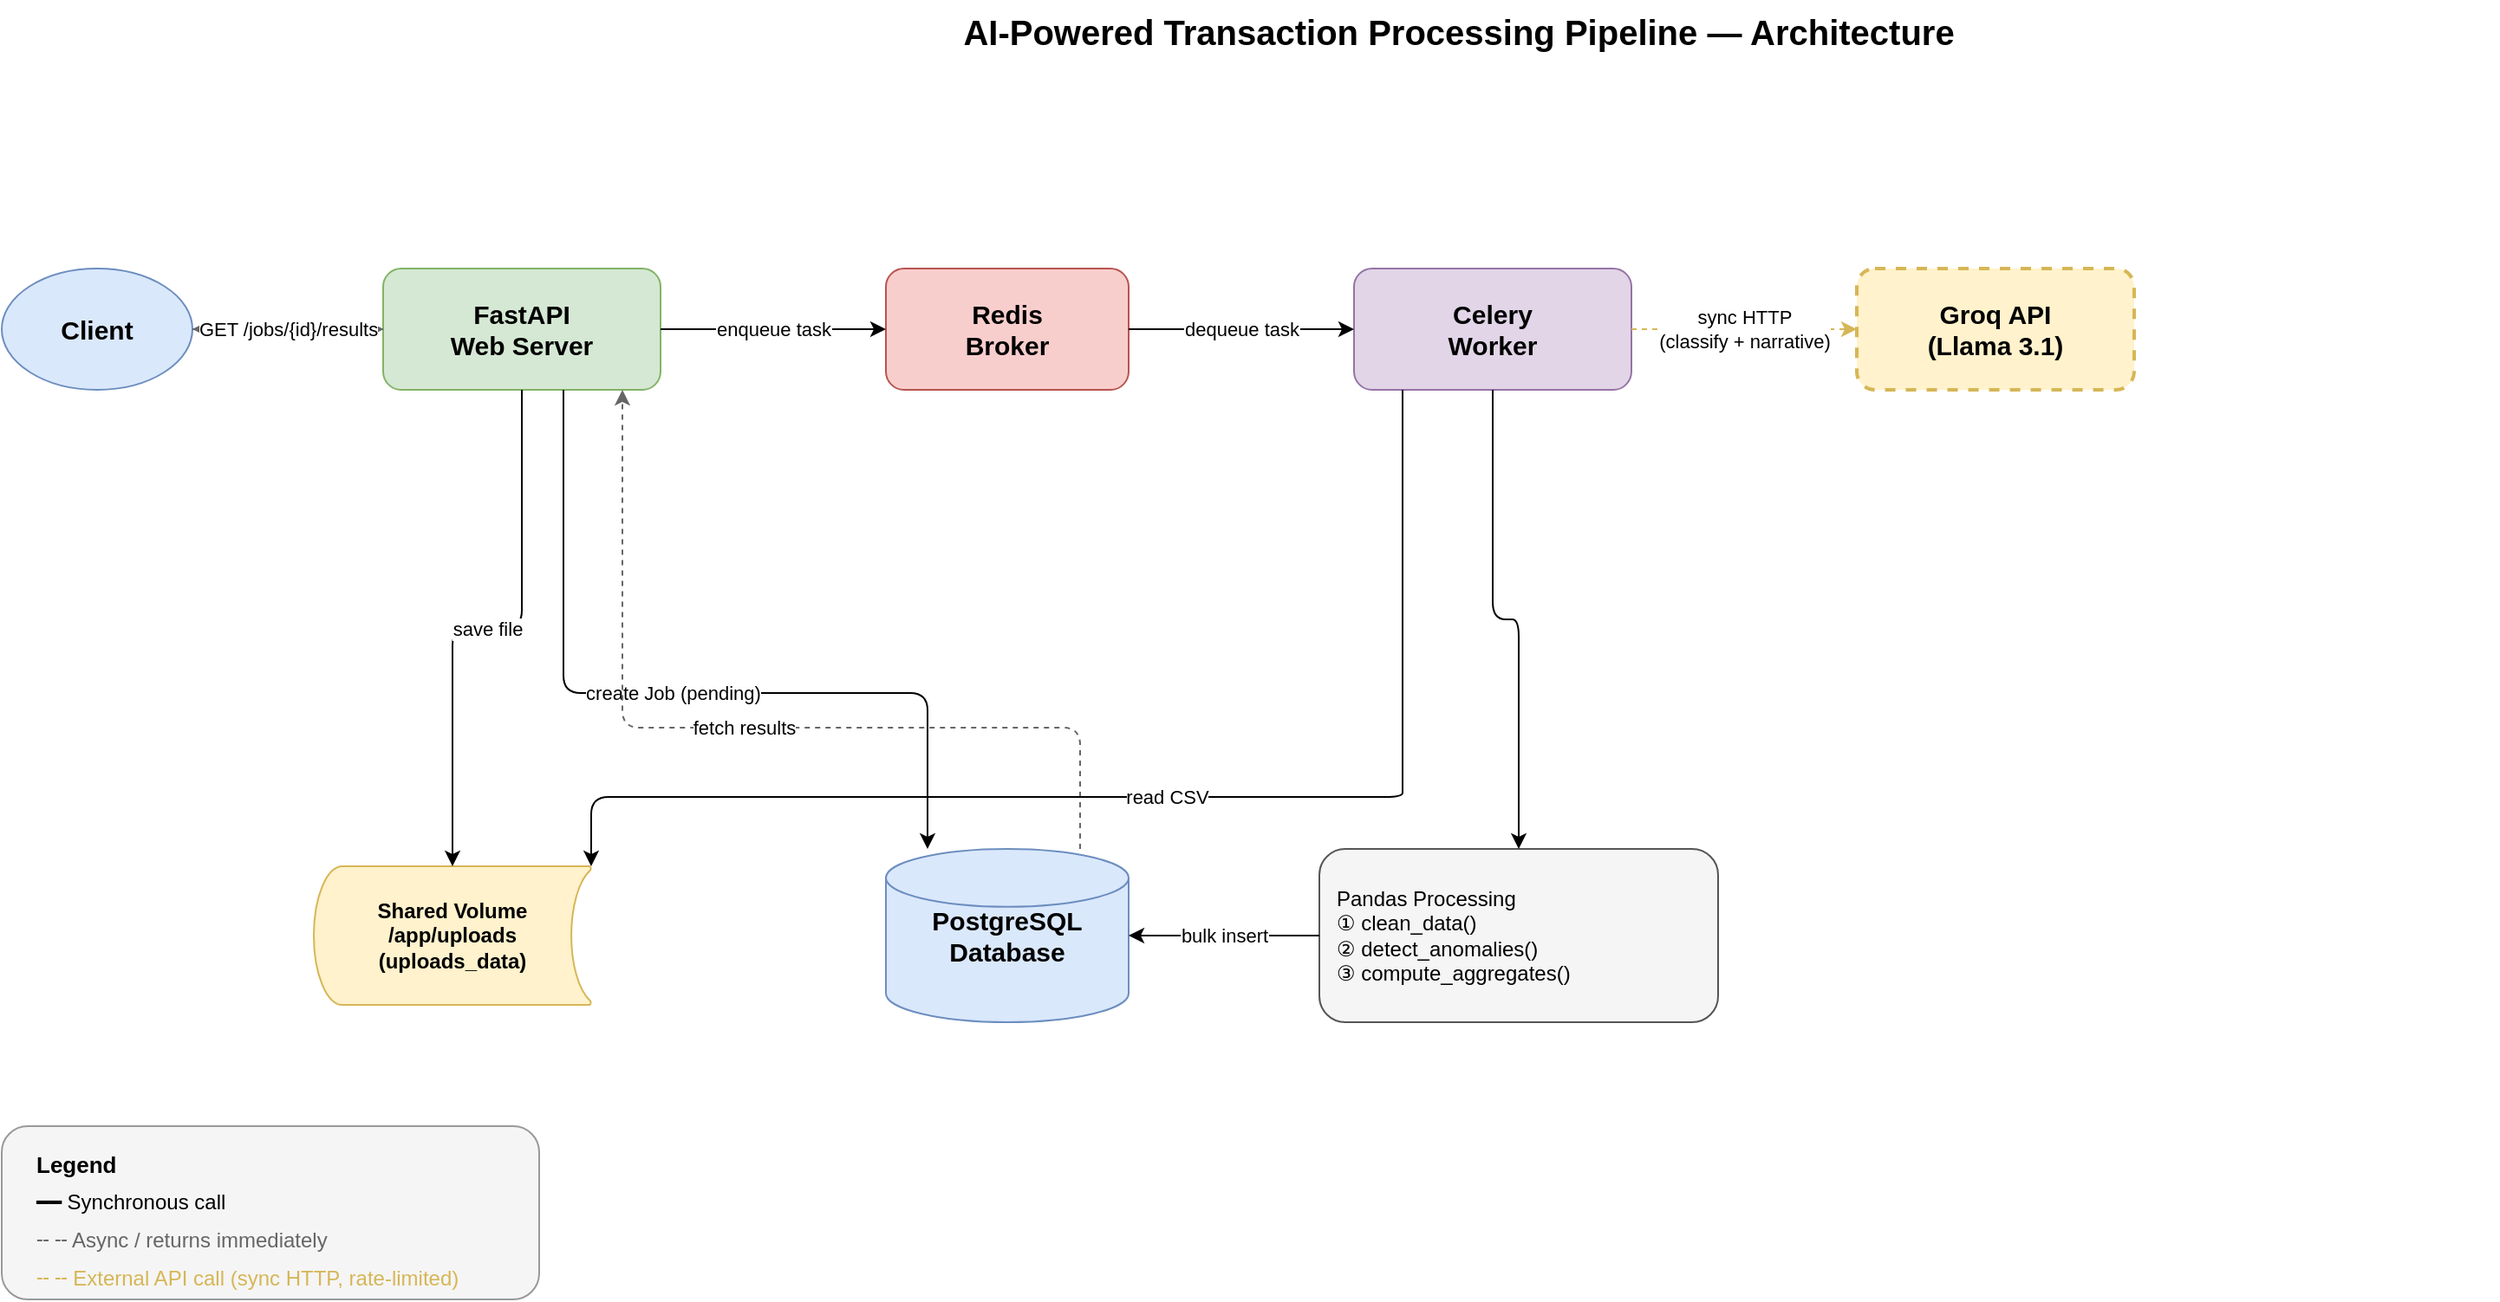
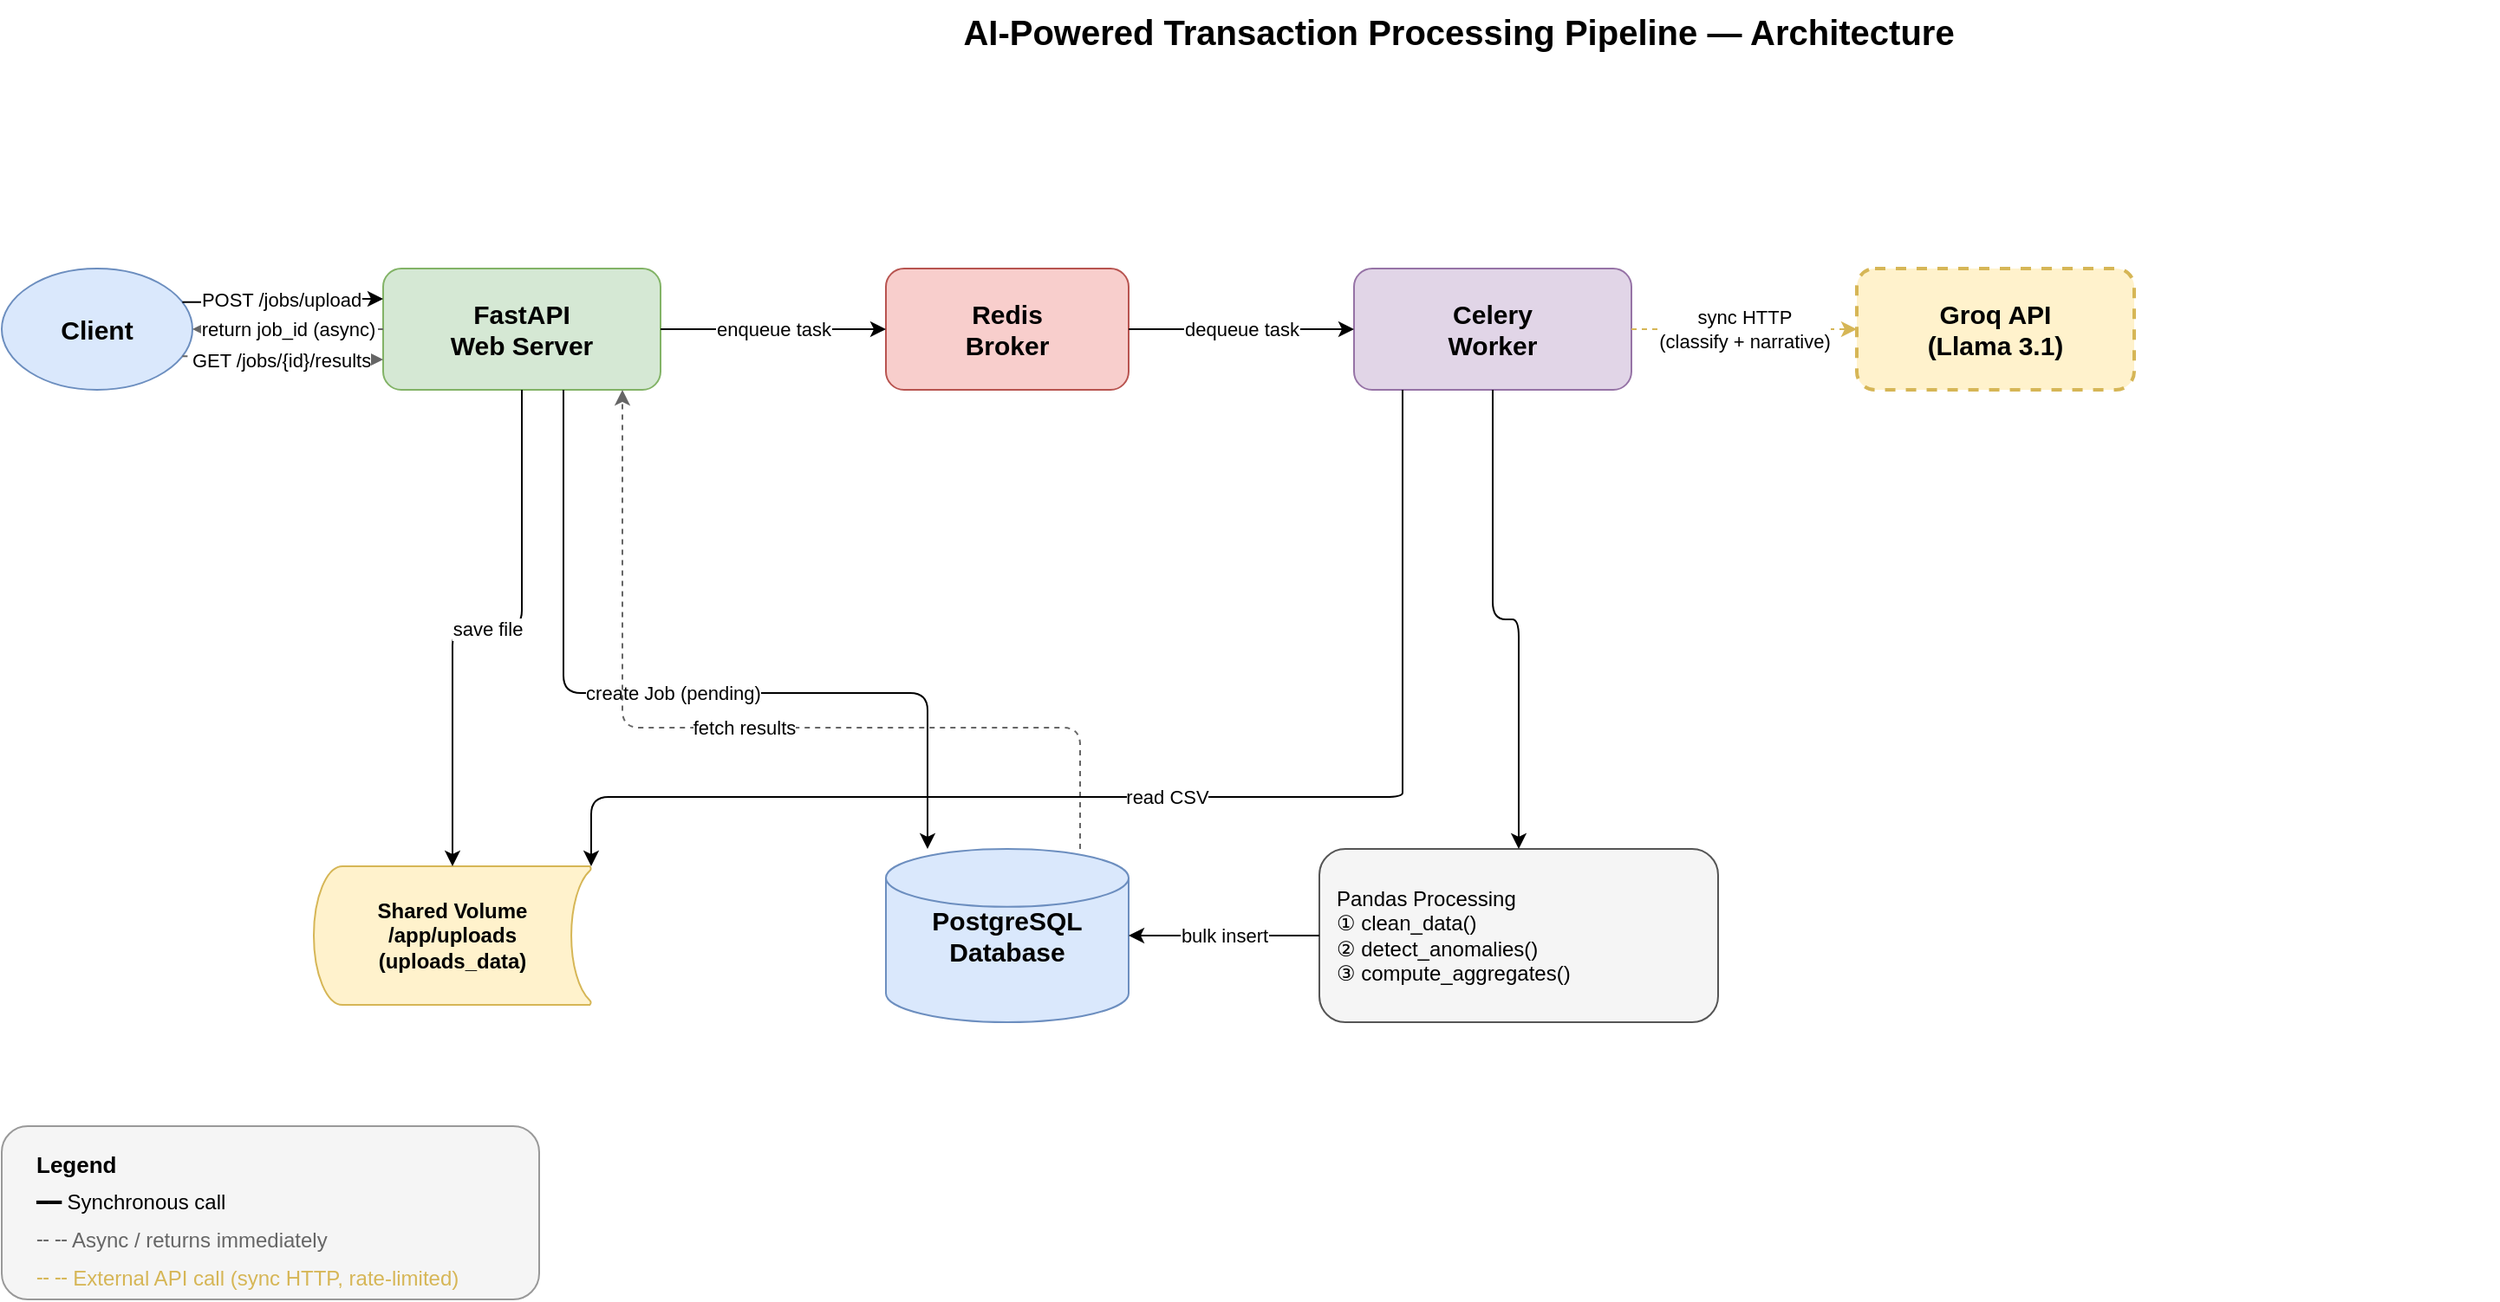
<?xml version="1.0" encoding="UTF-8"?>
<mxGraphModel dx="1422" dy="762" grid="1" gridSize="10" guides="1" tooltips="1" connect="1" arrows="1" fold="1" page="1" pageScale="1" pageWidth="1800" pageHeight="1000" math="0" shadow="0">
  <root>
    <mxCell id="0" />
    <mxCell id="1" parent="0" />

    <!-- ════════════════════════════════════════════════════════════ -->
    <!-- TITLE                                                       -->
    <!-- ════════════════════════════════════════════════════════════ -->
    <mxCell id="title" value="AI-Powered Transaction Processing Pipeline — Architecture"
      style="text;html=1;strokeColor=none;fillColor=none;align=center;fontSize=20;fontStyle=1;"
      vertex="1" parent="1">
      <mxGeometry x="300" y="30" width="1200" height="40" as="geometry" />
    </mxCell>

    <!-- ════════════════════════════════════════════════════════════ -->
    <!-- ROW 1 — Main Flow  (y=200)                                 -->
    <!-- ════════════════════════════════════════════════════════════ -->

    <mxCell id="client" value="Client"
      style="ellipse;whiteSpace=wrap;html=1;fillColor=#dae8fc;strokeColor=#6c8ebf;fontSize=15;fontStyle=1;"
      vertex="1" parent="1">
      <mxGeometry x="60" y="185" width="110" height="70" as="geometry" />
    </mxCell>

    <mxCell id="api" value="FastAPI&#xa;Web Server"
      style="rounded=1;whiteSpace=wrap;html=1;fillColor=#d5e8d4;strokeColor=#82b366;fontSize=15;fontStyle=1;"
      vertex="1" parent="1">
      <mxGeometry x="280" y="185" width="160" height="70" as="geometry" />
    </mxCell>

    <mxCell id="redis" value="Redis&#xa;Broker"
      style="rounded=1;whiteSpace=wrap;html=1;fillColor=#f8cecc;strokeColor=#b85450;fontSize=15;fontStyle=1;"
      vertex="1" parent="1">
      <mxGeometry x="570" y="185" width="140" height="70" as="geometry" />
    </mxCell>

    <mxCell id="worker" value="Celery&#xa;Worker"
      style="rounded=1;whiteSpace=wrap;html=1;fillColor=#e1d5e7;strokeColor=#9673a6;fontSize=15;fontStyle=1;"
      vertex="1" parent="1">
      <mxGeometry x="840" y="185" width="160" height="70" as="geometry" />
    </mxCell>

    <mxCell id="groq" value="Groq API&#xa;(Llama 3.1)"
      style="rounded=1;whiteSpace=wrap;html=1;fillColor=#fff2cc;strokeColor=#d6b656;fontSize=15;fontStyle=1;dashed=1;strokeWidth=2;"
      vertex="1" parent="1">
      <mxGeometry x="1130" y="185" width="160" height="70" as="geometry" />
    </mxCell>

    <!-- ════════════════════════════════════════════════════════════ -->
    <!-- ROW 2 — Storage / Processing  (y=530)                      -->
    <!-- ════════════════════════════════════════════════════════════ -->

    <mxCell id="uploads" value="Shared Volume&#xa;/app/uploads&#xa;(uploads_data)"
      style="shape=mxgraph.flowchart.stored_data;whiteSpace=wrap;html=1;fillColor=#fff2cc;strokeColor=#d6b656;fontSize=12;fontStyle=1;"
      vertex="1" parent="1">
      <mxGeometry x="240" y="530" width="160" height="80" as="geometry" />
    </mxCell>

    <mxCell id="db" value="PostgreSQL&#xa;Database"
      style="shape=mxgraph.flowchart.database;whiteSpace=wrap;html=1;fillColor=#dae8fc;strokeColor=#6c8ebf;fontSize=15;fontStyle=1;"
      vertex="1" parent="1">
      <mxGeometry x="570" y="520" width="140" height="100" as="geometry" />
    </mxCell>

    <mxCell id="pandas" value="Pandas Processing&#xa;  ① clean_data()&#xa;  ② detect_anomalies()&#xa;  ③ compute_aggregates()"
      style="rounded=1;whiteSpace=wrap;html=1;fillColor=#f5f5f5;strokeColor=#555555;fontSize=12;align=left;spacingLeft=8;verticalAlign=middle;"
      vertex="1" parent="1">
      <mxGeometry x="820" y="520" width="230" height="100" as="geometry" />
    </mxCell>

    <!-- ════════════════════════════════════════════════════════════ -->
    <!-- HORIZONTAL EDGES — Row 1                                   -->
    <!-- ════════════════════════════════════════════════════════════ -->

-     <!-- 1. Client → FastAPI : POST /jobs/upload  (top lane, solid) -->
+     <!-- 1. Client → FastAPI : POST /jobs/upload  (top lane) -->
    <mxCell id="e1" value="POST /jobs/upload"
-       style="edgeStyle=orthogonalEdgeStyle;html=1;fontSize=11;
-              exitX=1;exitY=0.3;exitPerimeter=0;
-              entryX=0;entryY=0.3;entryPerimeter=0;"
+       style="edgeStyle=orthogonalEdgeStyle;html=1;fontSize=11;exitX=1;exitY=0.25;entryX=0;entryY=0.25;"
      edge="1" source="client" target="api" parent="1">
-       <mxGeometry relative="1" as="geometry" />
-     </mxCell>
- 
-     <!-- 2. FastAPI → Client : return job_id  (middle lane, dashed) -->
-     <mxCell id="e2" value="return job_id"
-       style="edgeStyle=orthogonalEdgeStyle;html=1;fontSize=11;dashed=1;strokeColor=#666;
-              exitX=0;exitY=0.5;exitPerimeter=0;
-              entryX=1;entryY=0.5;entryPerimeter=0;"
+       <mxGeometry relative="1" as="geometry">
+         <Array as="points">
+           <mxPoint x="220" y="202" />
+         </Array>
+       </mxGeometry>
+     </mxCell>
+ 
+     <!-- 2. FastAPI → Client : return job_id  (middle lane) -->
+     <mxCell id="e2" value="return job_id (async)"
+       style="edgeStyle=orthogonalEdgeStyle;html=1;fontSize=11;dashed=1;strokeColor=#666;exitX=0;exitY=0.5;entryX=1;entryY=0.5;"
      edge="1" source="api" target="client" parent="1">
-       <mxGeometry relative="1" as="geometry" />
-     </mxCell>
- 
-     <!-- 3. Client → FastAPI : GET /jobs/{id}/results  (bottom lane, dashed) -->
+       <mxGeometry relative="1" as="geometry">
+         <Array as="points">
+           <mxPoint x="220" y="220" />
+         </Array>
+       </mxGeometry>
+     </mxCell>
+ 
+     <!-- 3. Client → FastAPI : GET /jobs/{id}/results  (bottom lane) -->
    <mxCell id="e3" value="GET /jobs/{id}/results"
-       style="edgeStyle=orthogonalEdgeStyle;html=1;fontSize=11;dashed=1;strokeColor=#666;
-              exitX=1;exitY=0.75;exitPerimeter=0;
-              entryX=0;entryY=0.75;entryPerimeter=0;"
+       style="edgeStyle=orthogonalEdgeStyle;html=1;fontSize=11;dashed=1;strokeColor=#666;exitX=1;exitY=0.75;entryX=0;entryY=0.75;"
      edge="1" source="client" target="api" parent="1">
-       <mxGeometry relative="1" as="geometry" />
+       <mxGeometry relative="1" as="geometry">
+         <Array as="points">
+           <mxPoint x="220" y="238" />
+         </Array>
+       </mxGeometry>
    </mxCell>

    <!-- 4. FastAPI → Redis : enqueue task -->
    <mxCell id="e4" value="enqueue task"
      style="edgeStyle=orthogonalEdgeStyle;html=1;fontSize=11;
             exitX=1;exitY=0.5;entryX=0;entryY=0.5;"
      edge="1" source="api" target="redis" parent="1">
      <mxGeometry relative="1" as="geometry" />
    </mxCell>

    <!-- 5. Redis → Celery : dequeue task -->
    <mxCell id="e5" value="dequeue task"
      style="edgeStyle=orthogonalEdgeStyle;html=1;fontSize=11;
             exitX=1;exitY=0.5;entryX=0;entryY=0.5;"
      edge="1" source="redis" target="worker" parent="1">
      <mxGeometry relative="1" as="geometry" />
    </mxCell>

    <!-- 6. Celery → Groq : sync HTTP (dashed, amber) -->
    <mxCell id="e6" value="sync HTTP&#xa;(classify + narrative)"
      style="edgeStyle=orthogonalEdgeStyle;html=1;fontSize=11;dashed=1;strokeColor=#d6b656;
             exitX=1;exitY=0.5;entryX=0;entryY=0.5;"
      edge="1" source="worker" target="groq" parent="1">
      <mxGeometry relative="1" as="geometry" />
    </mxCell>

    <!-- ════════════════════════════════════════════════════════════ -->
    <!-- VERTICAL EDGES — Row 1 → Row 2                             -->
    <!--   Each arrow uses explicit waypoints to stay in its lane.  -->
    <!-- ════════════════════════════════════════════════════════════ -->

    <!-- 7. FastAPI → Uploads : save file  (left of API, straight down) -->
    <mxCell id="e7" value="save file"
      style="edgeStyle=orthogonalEdgeStyle;html=1;fontSize=11;
             exitX=0.35;exitY=1;exitPerimeter=0;
             entryX=0.5;entryY=0;entryPerimeter=0;"
      edge="1" source="api" target="uploads" parent="1">
      <mxGeometry relative="1" as="geometry" />
    </mxCell>

    <!-- 8. FastAPI → DB : create Job (pending)
         Route: exits API bottom-right → waypoint x=640,y=430 → DB top-left -->
    <mxCell id="e8" value="create Job (pending)"
      style="edgeStyle=orthogonalEdgeStyle;html=1;fontSize=11;
             exitX=0.65;exitY=1;exitPerimeter=0;
             entryX=0.2;entryY=0;entryPerimeter=0;"
      edge="1" source="api" target="db" parent="1">
      <mxGeometry relative="1" as="geometry">
        <Array as="points">
          <mxPoint x="384" y="430" />
          <mxPoint x="594" y="430" />
        </Array>
      </mxGeometry>
    </mxCell>

    <!-- 9. DB → FastAPI : fetch results (return path)
         Route: exits DB top-right → waypoint x=660,y=420 → API bottom → up
         Offset from e8 by 20px so they don't overlap -->
    <mxCell id="e9" value="fetch results"
      style="edgeStyle=orthogonalEdgeStyle;html=1;fontSize=11;dashed=1;strokeColor=#666;
             exitX=0.8;exitY=0;exitPerimeter=0;
             entryX=0.85;entryY=1;entryPerimeter=0;"
      edge="1" source="db" target="api" parent="1">
      <mxGeometry relative="1" as="geometry">
        <Array as="points">
          <mxPoint x="682" y="450" />
          <mxPoint x="418" y="450" />
        </Array>
      </mxGeometry>
    </mxCell>

    <!-- 10. Celery → Uploads : read CSV
          Route: exits Worker bottom-left → across to Uploads right -->
    <mxCell id="e10" value="read CSV"
      style="edgeStyle=orthogonalEdgeStyle;html=1;fontSize=11;
             exitX=0.2;exitY=1;exitPerimeter=0;
             entryX=1;entryY=0.4;entryPerimeter=0;"
      edge="1" source="worker" target="uploads" parent="1">
      <mxGeometry relative="1" as="geometry">
        <Array as="points">
          <mxPoint x="868" y="480" />
          <mxPoint x="868" y="490" />
          <mxPoint x="400" y="490" />
          <mxPoint x="400" y="563" />
        </Array>
      </mxGeometry>
    </mxCell>

    <!-- 11. Celery → Pandas : process data (straight down) -->
    <mxCell id="e11" value=""
      style="edgeStyle=orthogonalEdgeStyle;html=1;fontSize=11;
             exitX=0.5;exitY=1;entryX=0.5;entryY=0;"
      edge="1" source="worker" target="pandas" parent="1">
      <mxGeometry relative="1" as="geometry" />
    </mxCell>

    <!-- 12. Pandas → DB : bulk insert transactions + summary -->
    <mxCell id="e12" value="bulk insert"
      style="edgeStyle=orthogonalEdgeStyle;html=1;fontSize=11;
             exitX=0;exitY=0.5;entryX=1;entryY=0.5;"
      edge="1" source="pandas" target="db" parent="1">
      <mxGeometry relative="1" as="geometry" />
    </mxCell>

    <!-- ════════════════════════════════════════════════════════════ -->
    <!-- LEGEND                                                      -->
    <!-- ════════════════════════════════════════════════════════════ -->
    <mxCell id="leg_bg" value=""
      style="rounded=1;whiteSpace=wrap;html=1;fillColor=#f5f5f5;strokeColor=#999;"
      vertex="1" parent="1">
      <mxGeometry x="60" y="680" width="310" height="100" as="geometry" />
    </mxCell>
    <mxCell id="leg_title" value="Legend"
      style="text;html=1;strokeColor=none;fillColor=none;align=left;fontSize=13;fontStyle=1;"
      vertex="1" parent="1">
      <mxGeometry x="78" y="688" width="100" height="20" as="geometry" />
    </mxCell>
    <mxCell id="leg1" value="━━  Synchronous call"
      style="text;html=1;strokeColor=none;fillColor=none;align=left;fontSize=12;"
      vertex="1" parent="1">
      <mxGeometry x="78" y="710" width="270" height="20" as="geometry" />
    </mxCell>
    <mxCell id="leg2" value="╌ ╌  Async / returns immediately"
      style="text;html=1;strokeColor=none;fillColor=none;align=left;fontSize=12;fontColor=#666666;"
      vertex="1" parent="1">
      <mxGeometry x="78" y="732" width="270" height="20" as="geometry" />
    </mxCell>
    <mxCell id="leg3" value="╌ ╌  External API call (sync HTTP, rate-limited)"
      style="text;html=1;strokeColor=none;fillColor=none;align=left;fontSize=12;fontColor=#d6b656;"
      vertex="1" parent="1">
      <mxGeometry x="78" y="754" width="280" height="20" as="geometry" />
    </mxCell>

  </root>
</mxGraphModel>
